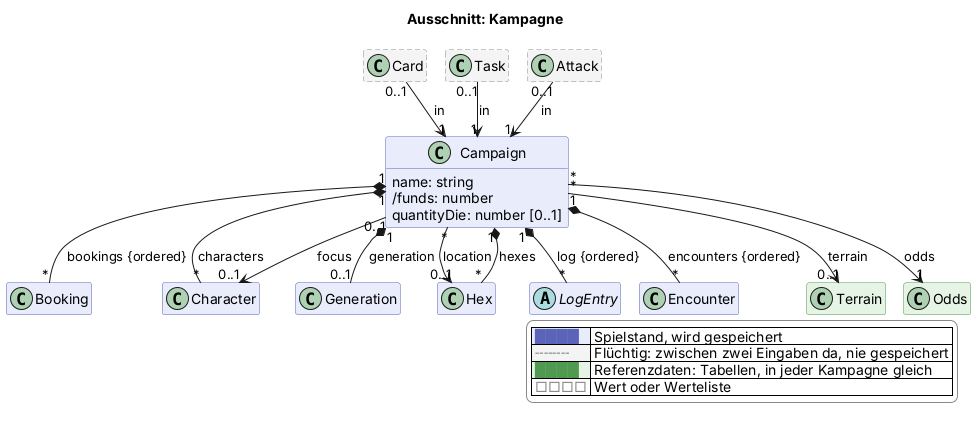
This is docs/views/kampagne.png from scuzzar/SRE, a PlantUML export, as it was before one commit.
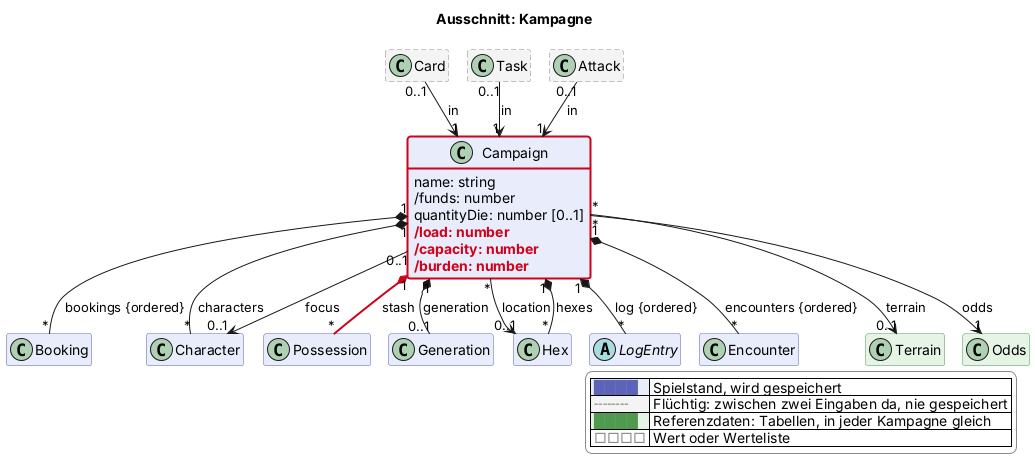
Above is the later version.

What changed in the source:
```diff
@@ -70,9 +70,13 @@
     name: string
     /funds: number
     quantityDie: number [0..1]
+    $new("2026-11-13b", "/load: number")
+    $new("2026-11-13b", "/capacity: number")
+    $new("2026-11-13b", "/burden: number")
   }
   class Booking $shop
   class Character $charakter
+  class Possession $shop
 
   class Generation $erschaffung
 
@@ -100,6 +104,7 @@
 
 Campaign "1" *-- "*" Hex : hexes
 
+Campaign "1" *-$newArrow("2026-11-13b")- "*" Possession : stash
 
 
 
@@ -119,4 +124,5 @@
   |<#e6f4e6> <color:#4f9a4f>████</color> | Referenzdaten: Tabellen, in jeder Kampagne gleich |
   |<#ffffff> <color:#8a8a8a>□□□□</color> | Wert oder Werteliste |
 endlegend
+class Campaign #line:d0021b;line.bold
 @enduml
```
